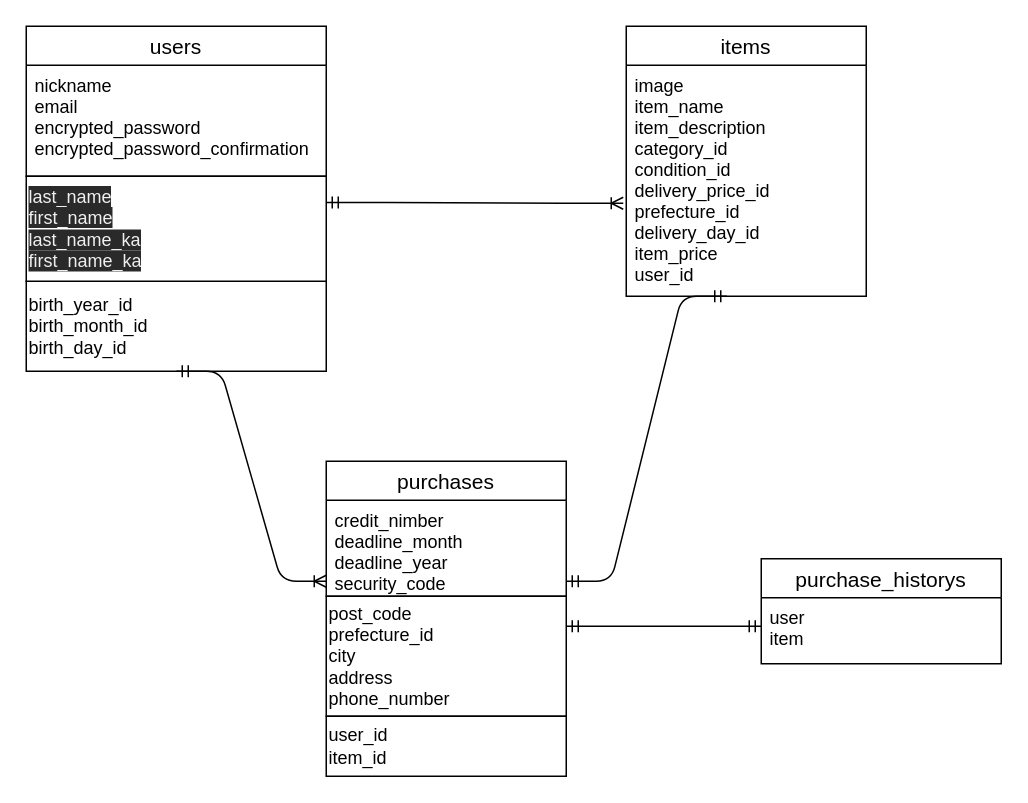
Before: er.dio in teru-sei/furima-35973, a draw.io diagram. Source tidied: cells renumbered, new cells numbered last; positions are measured from the earlier drawing's top-left corner, leaving out a move shared by most shapes. Both pictures are drawn from the tidied source at 150%, with x=0, y=0 at pixel (26, 26).
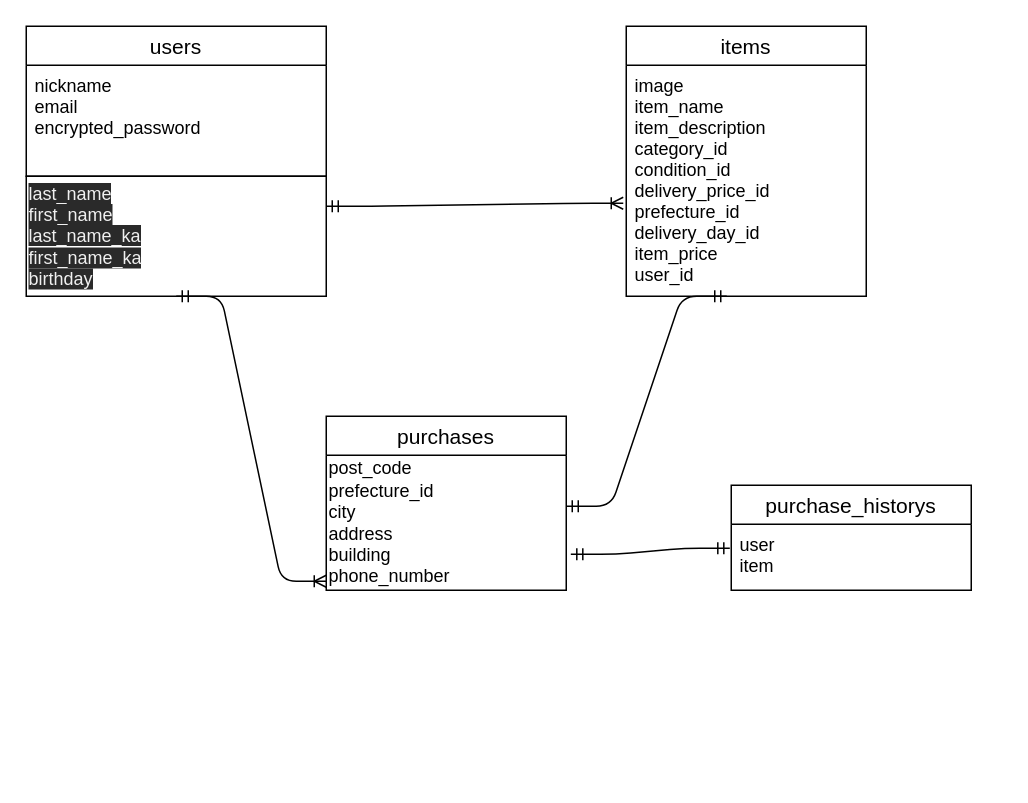
After the change.

The change refers to these unchanged cells:
```xml
<mxCell id="2" value="users" style="swimlane;fontStyle=0;horizontal=1;startSize=26;align=center;fontSize=14;" parent="1" vertex="1">
  <mxGeometry width="200" height="100" as="geometry" />
</mxCell>
<mxCell id="16" value="user&#10;item" style="text;strokeColor=none;fillColor=none;spacingLeft=4;spacingRight=4;overflow=hidden;points=[[0,0.5],[1,0.5]];portConstraint=eastwest;fontSize=12;" parent="15" vertex="1">
  <mxGeometry y="26" width="160" height="44" as="geometry" />
</mxCell>
```

The edit, as a diff of the source:
```diff
@@
-    <mxCell id="3" value="nickname&#10;email&#10;encrypted_password&#10;encrypted_password_confirmation" style="text;strokeColor=none;fillColor=none;spacingLeft=4;spacingRight=4;overflow=hidden;fontSize=12;" parent="2" vertex="1">
+    <mxCell id="3" value="nickname&#10;email&#10;encrypted_password" style="text;strokeColor=none;fillColor=none;spacingLeft=4;spacingRight=4;overflow=hidden;fontSize=12;" parent="2" vertex="1">
       <mxGeometry y="26" width="200" height="74" as="geometry" />
     </mxCell>
@@
-    <mxCell id="6" value="post_code&lt;br&gt;prefecture_id&lt;br&gt;city&lt;br&gt;address&lt;br&gt;phone_number" style="whiteSpace=wrap;html=1;align=left;" parent="1" vertex="1">
-      <mxGeometry x="200" y="380" width="160" height="80" as="geometry" />
-    </mxCell>
-    <mxCell id="7" value="user_id&lt;br&gt;&lt;div style=&quot;&quot;&gt;&lt;span&gt;item_id&lt;/span&gt;&lt;/div&gt;" style="whiteSpace=wrap;html=1;align=left;" parent="1" vertex="1">
-      <mxGeometry x="200" y="460" width="160" height="40" as="geometry" />
-    </mxCell>
-    <mxCell id="8" value="&lt;span&gt;birth_year_id&lt;/span&gt;&lt;br style=&quot;padding: 0px ; margin: 0px&quot;&gt;&lt;span&gt;birth_month_id&lt;/span&gt;&lt;br style=&quot;padding: 0px ; margin: 0px&quot;&gt;&lt;span&gt;birth_day_id&lt;/span&gt;" style="whiteSpace=wrap;html=1;align=left;" parent="1" vertex="1">
-      <mxGeometry y="170" width="200" height="60" as="geometry" />
-    </mxCell>
-    <mxCell id="9" value="&lt;span style=&quot;color: rgb(240 , 240 , 240) ; font-family: &amp;#34;helvetica&amp;#34; ; font-size: 12px ; font-style: normal ; font-weight: 400 ; letter-spacing: normal ; text-indent: 0px ; text-transform: none ; word-spacing: 0px ; background-color: rgb(42 , 42 , 42) ; display: inline ; float: none&quot;&gt;last_name&lt;/span&gt;&lt;br style=&quot;padding: 0px ; margin: 0px ; color: rgb(240 , 240 , 240) ; font-family: &amp;#34;helvetica&amp;#34; ; font-size: 12px ; font-style: normal ; font-weight: 400 ; letter-spacing: normal ; text-indent: 0px ; text-transform: none ; word-spacing: 0px ; background-color: rgb(42 , 42 , 42)&quot;&gt;&lt;span style=&quot;color: rgb(240 , 240 , 240) ; font-family: &amp;#34;helvetica&amp;#34; ; font-size: 12px ; font-style: normal ; font-weight: 400 ; letter-spacing: normal ; text-indent: 0px ; text-transform: none ; word-spacing: 0px ; background-color: rgb(42 , 42 , 42) ; display: inline ; float: none&quot;&gt;first_name&lt;/span&gt;&lt;br style=&quot;padding: 0px ; margin: 0px ; color: rgb(240 , 240 , 240) ; font-family: &amp;#34;helvetica&amp;#34; ; font-size: 12px ; font-style: normal ; font-weight: 400 ; letter-spacing: normal ; text-indent: 0px ; text-transform: none ; word-spacing: 0px ; background-color: rgb(42 , 42 , 42)&quot;&gt;&lt;span style=&quot;color: rgb(240 , 240 , 240) ; font-family: &amp;#34;helvetica&amp;#34; ; font-size: 12px ; font-style: normal ; font-weight: 400 ; letter-spacing: normal ; text-indent: 0px ; text-transform: none ; word-spacing: 0px ; background-color: rgb(42 , 42 , 42) ; display: inline ; float: none&quot;&gt;last_name_ka&lt;/span&gt;&lt;br style=&quot;padding: 0px ; margin: 0px ; color: rgb(240 , 240 , 240) ; font-family: &amp;#34;helvetica&amp;#34; ; font-size: 12px ; font-style: normal ; font-weight: 400 ; letter-spacing: normal ; text-indent: 0px ; text-transform: none ; word-spacing: 0px ; background-color: rgb(42 , 42 , 42)&quot;&gt;&lt;span style=&quot;color: rgb(240 , 240 , 240) ; font-family: &amp;#34;helvetica&amp;#34; ; font-size: 12px ; font-style: normal ; font-weight: 400 ; letter-spacing: normal ; text-indent: 0px ; text-transform: none ; word-spacing: 0px ; background-color: rgb(42 , 42 , 42) ; display: inline ; float: none&quot;&gt;first_name_ka&lt;/span&gt;" style="whiteSpace=wrap;html=1;align=left;" parent="1" vertex="1">
-      <mxGeometry y="100" width="200" height="70" as="geometry" />
+    <mxCell id="9" value="&lt;span style=&quot;color: rgb(240 , 240 , 240) ; font-family: &amp;#34;helvetica&amp;#34; ; font-size: 12px ; font-style: normal ; font-weight: 400 ; letter-spacing: normal ; text-indent: 0px ; text-transform: none ; word-spacing: 0px ; background-color: rgb(42 , 42 , 42) ; display: inline ; float: none&quot;&gt;last_name&lt;/span&gt;&lt;br style=&quot;padding: 0px ; margin: 0px ; color: rgb(240 , 240 , 240) ; font-family: &amp;#34;helvetica&amp;#34; ; font-size: 12px ; font-style: normal ; font-weight: 400 ; letter-spacing: normal ; text-indent: 0px ; text-transform: none ; word-spacing: 0px ; background-color: rgb(42 , 42 , 42)&quot;&gt;&lt;span style=&quot;color: rgb(240 , 240 , 240) ; font-family: &amp;#34;helvetica&amp;#34; ; font-size: 12px ; font-style: normal ; font-weight: 400 ; letter-spacing: normal ; text-indent: 0px ; text-transform: none ; word-spacing: 0px ; background-color: rgb(42 , 42 , 42) ; display: inline ; float: none&quot;&gt;first_name&lt;/span&gt;&lt;br style=&quot;padding: 0px ; margin: 0px ; color: rgb(240 , 240 , 240) ; font-family: &amp;#34;helvetica&amp;#34; ; font-size: 12px ; font-style: normal ; font-weight: 400 ; letter-spacing: normal ; text-indent: 0px ; text-transform: none ; word-spacing: 0px ; background-color: rgb(42 , 42 , 42)&quot;&gt;&lt;span style=&quot;color: rgb(240 , 240 , 240) ; font-family: &amp;#34;helvetica&amp;#34; ; font-size: 12px ; font-style: normal ; font-weight: 400 ; letter-spacing: normal ; text-indent: 0px ; text-transform: none ; word-spacing: 0px ; background-color: rgb(42 , 42 , 42) ; display: inline ; float: none&quot;&gt;last_name_ka&lt;/span&gt;&lt;br style=&quot;padding: 0px ; margin: 0px ; color: rgb(240 , 240 , 240) ; font-family: &amp;#34;helvetica&amp;#34; ; font-size: 12px ; font-style: normal ; font-weight: 400 ; letter-spacing: normal ; text-indent: 0px ; text-transform: none ; word-spacing: 0px ; background-color: rgb(42 , 42 , 42)&quot;&gt;&lt;span style=&quot;color: rgb(240 , 240 , 240) ; font-family: &amp;#34;helvetica&amp;#34; ; font-size: 12px ; font-style: normal ; font-weight: 400 ; letter-spacing: normal ; text-indent: 0px ; text-transform: none ; word-spacing: 0px ; background-color: rgb(42 , 42 , 42) ; display: inline ; float: none&quot;&gt;first_name_ka&lt;br&gt;birthday&lt;br&gt;&lt;/span&gt;" style="whiteSpace=wrap;html=1;align=left;" parent="1" vertex="1">
+      <mxGeometry y="100" width="200" height="80" as="geometry" />
     </mxCell>
-    <mxCell id="10" style="edgeStyle=entityRelationEdgeStyle;fontSize=12;html=1;endArrow=ERmandOne;startArrow=ERmandOne;" parent="1" edge="1">
-      <mxGeometry relative="1" as="geometry">
-        <mxPoint x="360" y="370" as="sourcePoint" />
-        <mxPoint x="467" y="180" as="targetPoint" />
-      </mxGeometry>
-    </mxCell>
@@
-    <mxCell id="12" style="edgeStyle=entityRelationEdgeStyle;fontSize=12;html=1;endArrow=ERoneToMany;startArrow=ERmandOne;entryX=0;entryY=1;entryDx=0;entryDy=0;exitX=0.5;exitY=1;exitDx=0;exitDy=0;" parent="1" edge="1" source="8">
+    <mxCell id="12" style="edgeStyle=entityRelationEdgeStyle;fontSize=12;html=1;endArrow=ERoneToMany;startArrow=ERmandOne;entryX=0;entryY=1;entryDx=0;entryDy=0;exitX=0.5;exitY=1;exitDx=0;exitDy=0;" parent="1" edge="1" source="9">
       <mxGeometry relative="1" as="geometry">
         <mxPoint x="200" y="370" as="targetPoint" />
       </mxGeometry>
     </mxCell>
-    <mxCell id="13" value="purchases" style="swimlane;fontStyle=0;horizontal=1;startSize=26;align=center;fontSize=14;" parent="1" vertex="1">
-      <mxGeometry x="200" y="290" width="160" height="90" as="geometry" />
-    </mxCell>
-    <mxCell id="14" value="credit_nimber&#10;deadline_month&#10;deadline_year&#10;security_code" style="text;strokeColor=none;fillColor=none;spacingLeft=4;spacingRight=4;overflow=hidden;fontSize=12;" parent="13" vertex="1">
-      <mxGeometry y="26" width="160" height="64" as="geometry" />
-    </mxCell>
     <mxCell id="15" value="purchase_historys" style="swimlane;fontStyle=0;horizontal=1;startSize=26;align=center;fontSize=14;" parent="1" vertex="1">
-      <mxGeometry x="490" y="355" width="160" height="70" as="geometry" />
+      <mxGeometry x="470" y="306" width="160" height="70" as="geometry" />
     </mxCell>
@@
-    <mxCell id="17" style="edgeStyle=entityRelationEdgeStyle;fontSize=12;html=1;endArrow=ERmandOne;startArrow=ERmandOne;exitX=1;exitY=0.25;exitDx=0;exitDy=0;" parent="1" edge="1" source="6">
-      <mxGeometry relative="1" as="geometry">
-        <mxPoint x="490" y="400" as="targetPoint" />
-      </mxGeometry>
+    <mxCell id="17" style="edgeStyle=entityRelationEdgeStyle;fontSize=12;html=1;endArrow=ERmandOne;startArrow=ERmandOne;exitX=1.019;exitY=0.733;exitDx=0;exitDy=0;exitPerimeter=0;entryX=-0.006;entryY=0.364;entryDx=0;entryDy=0;entryPerimeter=0;" parent="1" edge="1" source="18" target="16">
+      <mxGeometry relative="1" as="geometry" />
     </mxCell>
+    <mxCell id="13" value="purchases" style="swimlane;fontStyle=0;horizontal=1;startSize=26;align=center;fontSize=14;" parent="1" vertex="1">
+      <mxGeometry x="200" y="260" width="160" height="116" as="geometry" />
+    </mxCell>
+    <mxCell id="10" style="edgeStyle=entityRelationEdgeStyle;fontSize=12;html=1;endArrow=ERmandOne;startArrow=ERmandOne;" parent="13" edge="1">
+      <mxGeometry relative="1" as="geometry">
+        <mxPoint x="160" y="60" as="sourcePoint" />
+        <mxPoint x="267" y="-80" as="targetPoint" />
+      </mxGeometry>
+    </mxCell>
+    <mxCell id="18" value="&lt;span&gt;post_code&lt;/span&gt;&lt;br&gt;&lt;span&gt;prefecture_id&lt;/span&gt;&lt;br&gt;&lt;span&gt;city&lt;/span&gt;&lt;br&gt;&lt;span&gt;address&lt;br&gt;&lt;/span&gt;building&lt;br&gt;&lt;span&gt;phone_number&lt;/span&gt;" style="text;html=1;align=left;verticalAlign=middle;points=[];strokeColor=none;" parent="13" vertex="1">
+      <mxGeometry y="26" width="160" height="90" as="geometry" />
+    </mxCell>
```
